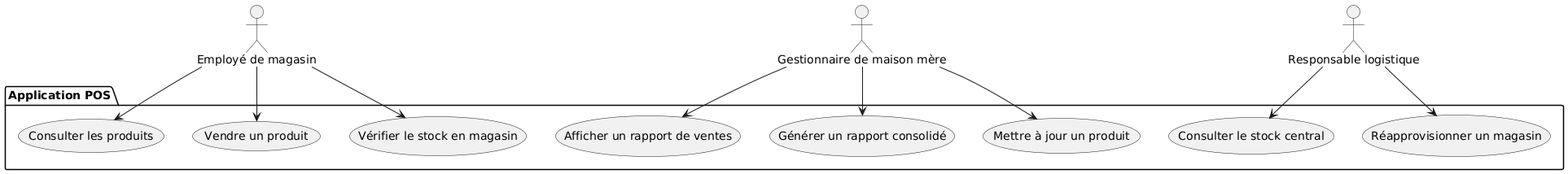
This is docs/uml/png/cas-utilisation.png from eusebe13/labo3_Log430, a PlantUML export, as it was before one commit.
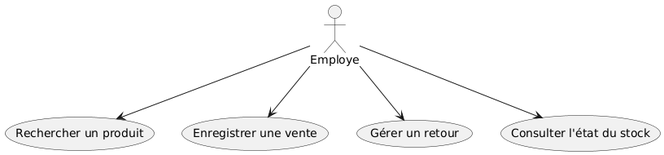
The same diagram one commit later.

What changed in the source:
```diff
@@ -1,30 +1,13 @@
 @startuml
-actor Employe as "Employé de magasin"
-actor Gestionnaire as "Gestionnaire de maison mère"
-actor Responsable as "Responsable logistique"
+actor Employe
 
-package "Application POS" {
-
-  usecase UC1 as "Consulter les produits"
-  usecase UC2 as "Vendre un produit"
-  usecase UC3 as "Vérifier le stock en magasin"
-
-  usecase UC4 as "Afficher un rapport de ventes"
-  usecase UC5 as "Générer un rapport consolidé"
-  usecase UC6 as "Mettre à jour un produit"
-
-  usecase UC7 as "Consulter le stock central"
-  usecase UC8 as "Réapprovisionner un magasin"
-}
+usecase "Rechercher un produit" as UC1
+usecase "Enregistrer une vente" as UC2
+usecase "Gérer un retour" as UC3
+usecase "Consulter l'état du stock" as UC4
 
 Employe --> UC1
 Employe --> UC2
 Employe --> UC3
-
-Gestionnaire --> UC4
-Gestionnaire --> UC5
-Gestionnaire --> UC6
-
-Responsable --> UC7
-Responsable --> UC8
+Employe --> UC4
 @enduml
```
